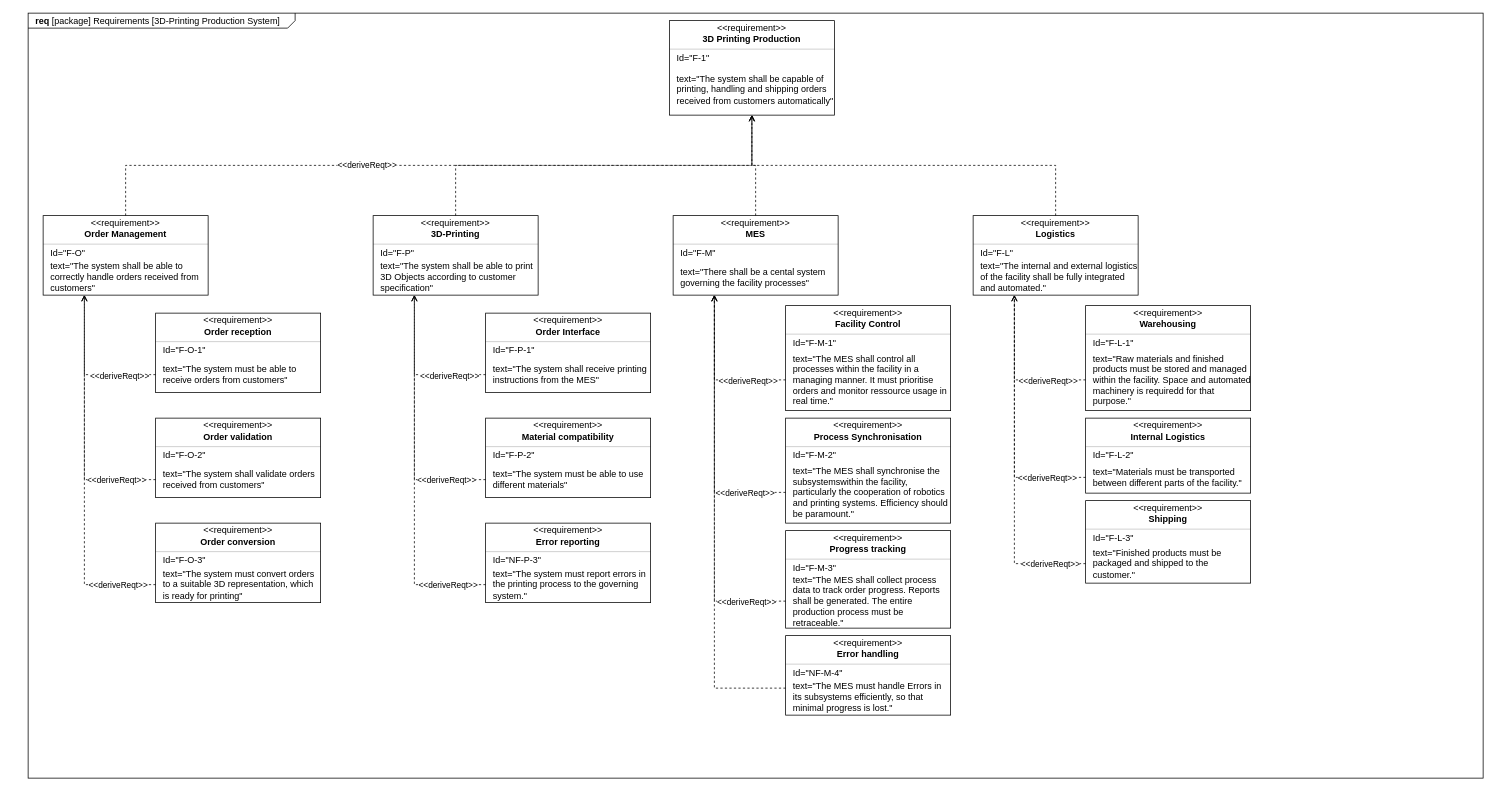
Above: diagrams/requirements_sysml.drawio in SystemEngineeringWS24-25/3d-printing-production-system (draw.io), before the change. Source tidied: cells renumbered, new cells numbered last; positions are measured from the earlier drawing's top-left corner, leaving out a move shared by most shapes. Both pictures are drawn from the tidied source at 75%, with x=0, y=0 at pixel (28, 13).
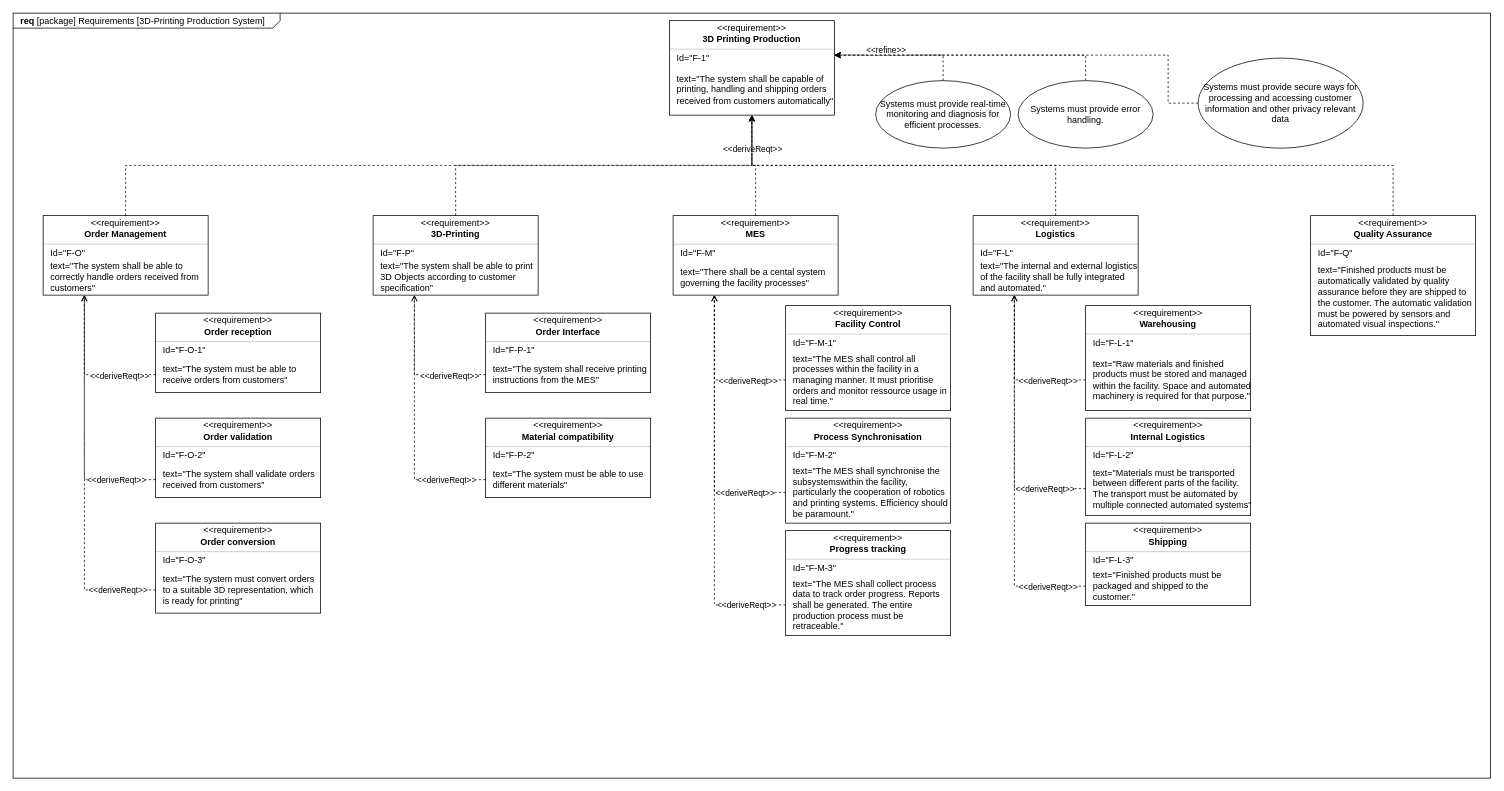
The same page after the edit.

Unchanged cells that the change refers to:
```xml
<mxCell id="7" value="Id=&quot;F-1&quot;" style="html=1;align=left;spacing=0;verticalAlign=middle;strokeColor=none;fillColor=none;whiteSpace=wrap;spacingLeft=10;" parent="3" vertex="1">
  <mxGeometry y="42" width="220" height="16" as="geometry" />
</mxCell>
<mxCell id="8" value="text=&quot;The system shall be capable of printing, handling and shipping orders received from customers automatically&quot;" style="html=1;align=left;spacing=0;verticalAlign=middle;strokeColor=none;fillColor=none;whiteSpace=wrap;spacingLeft=10;" parent="3" vertex="1">
  <mxGeometry y="58" width="220" height="68" as="geometry" />
</mxCell>
<mxCell id="15" style="edgeStyle=orthogonalEdgeStyle;rounded=0;jettySize=auto;html=1;exitX=0.5;exitY=0;exitDx=0;exitDy=0;entryX=0.5;entryY=1;entryDx=0;entryDy=0;dashed=1;endArrow=open;endFill=0;" parent="1" edge="1" source="10" target="8">
  <mxGeometry relative="1" as="geometry" />
</mxCell>
<mxCell id="46" value="text=&quot;The system shall be able to print 3D Objects according to customer specification&quot;" style="html=1;align=left;spacing=0;verticalAlign=middle;strokeColor=none;fillColor=none;whiteSpace=wrap;spacingLeft=10;" parent="41" vertex="1">
  <mxGeometry y="58" width="220" height="48" as="geometry" />
</mxCell>
<mxCell id="77" value="text=&quot;There shall be a cental system governing the facility processes&quot;" style="html=1;align=left;spacing=0;verticalAlign=middle;strokeColor=none;fillColor=none;whiteSpace=wrap;spacingLeft=10;" parent="72" vertex="1">
  <mxGeometry y="58" width="220" height="48" as="geometry" />
</mxCell>
<mxCell id="115" style="fontStyle=1;align=center;verticalAlign=middle;horizontal=1;" parent="1" vertex="1">
  <mxGeometry x="1410" y="390" width="220" height="140" as="geometry" />
</mxCell>
```

The edit, as a diff of the source:
```diff
@@
     <mxCell id="2" value="&lt;p style=&quot;margin:0px;margin-top:4px;margin-left:10px;text-align:left;&quot;&gt;&lt;b&gt;req&lt;/b&gt; [package] Requirements [3D-Printing Production System]&lt;br&gt;&lt;/p&gt;" style="html=1;shape=mxgraph.sysml.package;html=1;overflow=fill;whiteSpace=wrap;labelX=356;" parent="1" vertex="1">
-      <mxGeometry width="1940" height="1020" as="geometry" />
+      <mxGeometry x="-20" width="1970" height="1020" as="geometry" />
     </mxCell>
@@
     <mxCell id="16" value="&lt;div&gt;&amp;lt;&amp;lt;deriveReqt&amp;gt;&amp;gt;&lt;/div&gt;" style="edgeLabel;html=1;align=center;verticalAlign=middle;" parent="15" vertex="1">
-      <mxGeometry x="-0.2" y="1" relative="1" as="geometry" />
+      <mxGeometry x="-0.2" y="1" relative="1" as="geometry">
+        <mxPoint x="514" y="-22" as="offset" />
+      </mxGeometry>
     </mxCell>
@@
     <mxCell id="29" style="fontStyle=1;align=center;verticalAlign=middle;horizontal=1;" parent="1" vertex="1">
-      <mxGeometry x="170" y="680" width="220" height="106" as="geometry" />
+      <mxGeometry x="170" y="680" width="220" height="120" as="geometry" />
     </mxCell>
@@
     <mxCell id="34" value="text=&quot;The system must convert orders to a suitable 3D representation, which is ready for printing&quot;" style="html=1;align=left;spacing=0;verticalAlign=middle;strokeColor=none;fillColor=none;whiteSpace=wrap;spacingLeft=10;" parent="29" vertex="1">
-      <mxGeometry y="58" width="220" height="48" as="geometry" />
+      <mxGeometry y="58" width="220" height="62" as="geometry" />
     </mxCell>
@@
-    <mxCell id="59" style="fontStyle=1;align=center;verticalAlign=middle;horizontal=1;" parent="1" vertex="1">
-      <mxGeometry x="610" y="680" width="220" height="106" as="geometry" />
-    </mxCell>
-    <mxCell id="60" value="&amp;lt;&amp;lt;requirement&amp;gt;&amp;gt;" style="html=1;align=center;spacing=0;verticalAlign=middle;strokeColor=none;fillColor=none;whiteSpace=wrap;spacingTop=3;" parent="59" vertex="1">
-      <mxGeometry width="220" height="16" as="geometry" />
-    </mxCell>
-    <mxCell id="61" value="Error reporting" style="html=1;align=center;spacing=0;verticalAlign=middle;strokeColor=none;fillColor=none;whiteSpace=wrap;fontStyle=1;" parent="59" vertex="1">
-      <mxGeometry y="16" width="220" height="18" as="geometry" />
-    </mxCell>
-    <mxCell id="62" style="line;strokeWidth=0.25;fillColor=none;align=left;verticalAlign=middle;spacingTop=-1;spacingLeft=3;spacingRight=3;labelPosition=right;" parent="59" vertex="1">
-      <mxGeometry y="34" width="220" height="8" as="geometry" />
-    </mxCell>
-    <mxCell id="63" value="Id=&quot;NF-P-3&quot;" style="html=1;align=left;spacing=0;verticalAlign=middle;strokeColor=none;fillColor=none;whiteSpace=wrap;spacingLeft=10;" parent="59" vertex="1">
-      <mxGeometry y="42" width="220" height="16" as="geometry" />
-    </mxCell>
-    <mxCell id="64" value="text=&quot;The system must report errors in the printing process to the governing system.&quot;" style="html=1;align=left;spacing=0;verticalAlign=middle;strokeColor=none;fillColor=none;whiteSpace=wrap;spacingLeft=10;" parent="59" vertex="1">
-      <mxGeometry y="58" width="220" height="48" as="geometry" />
-    </mxCell>
@@
-    <mxCell id="69" style="edgeStyle=orthogonalEdgeStyle;rounded=0;jettySize=auto;html=1;exitX=0;exitY=0.5;exitDx=0;exitDy=0;entryX=0.25;entryY=1;entryDx=0;entryDy=0;dashed=1;endArrow=open;endFill=0;" parent="1" edge="1" source="64" target="46">
-      <mxGeometry relative="1" as="geometry" />
-    </mxCell>
-    <mxCell id="70" value="&amp;lt;&amp;lt;deriveReqt&amp;gt;&amp;gt;" style="edgeLabel;html=1;align=center;verticalAlign=middle;" parent="69" vertex="1">
-      <mxGeometry x="-0.79" relative="1" as="geometry" />
-    </mxCell>
@@
     <mxCell id="90" style="fontStyle=1;align=center;verticalAlign=middle;horizontal=1;" parent="1" vertex="1">
-      <mxGeometry x="1010" y="690" width="220" height="130" as="geometry" />
+      <mxGeometry x="1010" y="690" width="220" height="140" as="geometry" />
     </mxCell>
@@
     <mxCell id="95" value="text=&quot;The MES shall collect process data to track order progress. Reports shall be generated. The entire production process must be retraceable.&quot;" style="html=1;align=left;spacing=0;verticalAlign=middle;strokeColor=none;fillColor=none;whiteSpace=wrap;spacingLeft=10;" parent="90" vertex="1">
-      <mxGeometry y="58" width="220" height="72" as="geometry" />
+      <mxGeometry y="58" width="220" height="82" as="geometry" />
     </mxCell>
@@
     <mxCell id="109" style="fontStyle=1;align=center;verticalAlign=middle;horizontal=1;" parent="1" vertex="1">
-      <mxGeometry x="1410" y="540" width="220" height="100" as="geometry" />
+      <mxGeometry x="1410" y="540" width="220" height="130" as="geometry" />
     </mxCell>
@@
-    <mxCell id="114" value="text=&quot;Materials must be transported between different parts of the facility.&quot;" style="html=1;align=left;spacing=0;verticalAlign=middle;strokeColor=none;fillColor=none;whiteSpace=wrap;spacingLeft=10;" parent="109" vertex="1">
-      <mxGeometry y="58" width="220" height="42" as="geometry" />
+    <mxCell id="114" value="text=&quot;Materials must be transported between different parts of the facility. The transport must be automated by multiple connected automated systems&quot;" style="html=1;align=left;spacing=0;verticalAlign=middle;strokeColor=none;fillColor=none;whiteSpace=wrap;spacingLeft=10;" parent="109" vertex="1">
+      <mxGeometry y="58" width="220" height="72" as="geometry" />
     </mxCell>
@@
-    <mxCell id="120" value="text=&quot;Raw materials and finished products must be stored and managed within the facility. Space and automated machinery is requiredd for that purpose.&quot;" style="html=1;align=left;spacing=0;verticalAlign=middle;strokeColor=none;fillColor=none;whiteSpace=wrap;spacingLeft=10;" parent="115" vertex="1">
+    <mxCell id="120" value="text=&quot;Raw materials and finished products must be stored and managed within the facility. Space and automated machinery is required for that purpose.&quot;" style="html=1;align=left;spacing=0;verticalAlign=middle;strokeColor=none;fillColor=none;whiteSpace=wrap;spacingLeft=10;" parent="115" vertex="1">
       <mxGeometry y="58" width="220" height="82" as="geometry" />
     </mxCell>
     <mxCell id="121" style="fontStyle=1;align=center;verticalAlign=middle;horizontal=1;" parent="1" vertex="1">
-      <mxGeometry x="1410" y="650" width="220" height="110" as="geometry" />
+      <mxGeometry x="1410" y="680" width="220" height="110" as="geometry" />
     </mxCell>
@@
-    <mxCell id="134" style="fontStyle=1;align=center;verticalAlign=middle;horizontal=1;" parent="1" vertex="1">
-      <mxGeometry x="1010" y="830" width="220" height="106" as="geometry" />
-    </mxCell>
-    <mxCell id="135" value="&amp;lt;&amp;lt;requirement&amp;gt;&amp;gt;" style="html=1;align=center;spacing=0;verticalAlign=middle;strokeColor=none;fillColor=none;whiteSpace=wrap;spacingTop=3;" parent="134" vertex="1">
-      <mxGeometry width="220" height="16" as="geometry" />
-    </mxCell>
-    <mxCell id="136" value="Error handling" style="html=1;align=center;spacing=0;verticalAlign=middle;strokeColor=none;fillColor=none;whiteSpace=wrap;fontStyle=1;" parent="134" vertex="1">
-      <mxGeometry y="16" width="220" height="18" as="geometry" />
-    </mxCell>
-    <mxCell id="137" style="line;strokeWidth=0.25;fillColor=none;align=left;verticalAlign=middle;spacingTop=-1;spacingLeft=3;spacingRight=3;labelPosition=right;" parent="134" vertex="1">
-      <mxGeometry y="34" width="220" height="8" as="geometry" />
-    </mxCell>
-    <mxCell id="138" value="Id=&quot;NF-M-4&quot;" style="html=1;align=left;spacing=0;verticalAlign=middle;strokeColor=none;fillColor=none;whiteSpace=wrap;spacingLeft=10;" parent="134" vertex="1">
-      <mxGeometry y="42" width="220" height="16" as="geometry" />
-    </mxCell>
-    <mxCell id="139" value="text=&quot;The MES must handle Errors in its subsystems efficiently, so that minimal progress is lost.&quot;" style="html=1;align=left;spacing=0;verticalAlign=middle;strokeColor=none;fillColor=none;whiteSpace=wrap;spacingLeft=10;" parent="134" vertex="1">
-      <mxGeometry y="58" width="220" height="48" as="geometry" />
-    </mxCell>
-    <mxCell id="140" style="edgeStyle=orthogonalEdgeStyle;rounded=0;jettySize=auto;html=1;exitX=0;exitY=0.25;exitDx=0;exitDy=0;entryX=0.25;entryY=1;entryDx=0;entryDy=0;dashed=1;endArrow=open;endFill=0;" parent="1" edge="1" source="139" target="77">
-      <mxGeometry relative="1" as="geometry" />
-    </mxCell>
+    <mxCell id="141" style="fontStyle=1;align=center;verticalAlign=middle;horizontal=1;" parent="1" vertex="1">
+      <mxGeometry x="1710" y="270" width="220" height="160" as="geometry" />
+    </mxCell>
+    <mxCell id="142" value="&amp;lt;&amp;lt;requirement&amp;gt;&amp;gt;" style="html=1;align=center;spacing=0;verticalAlign=middle;strokeColor=none;fillColor=none;whiteSpace=wrap;spacingTop=3;" parent="141" vertex="1">
+      <mxGeometry width="220" height="16" as="geometry" />
+    </mxCell>
+    <mxCell id="143" value="Quality Assurance" style="html=1;align=center;spacing=0;verticalAlign=middle;strokeColor=none;fillColor=none;whiteSpace=wrap;fontStyle=1;" parent="141" vertex="1">
+      <mxGeometry y="16" width="220" height="18" as="geometry" />
+    </mxCell>
+    <mxCell id="144" style="line;strokeWidth=0.25;fillColor=none;align=left;verticalAlign=middle;spacingTop=-1;spacingLeft=3;spacingRight=3;labelPosition=right;" parent="141" vertex="1">
+      <mxGeometry y="34" width="220" height="8" as="geometry" />
+    </mxCell>
+    <mxCell id="145" value="Id=&quot;F-Q&quot;" style="html=1;align=left;spacing=0;verticalAlign=middle;strokeColor=none;fillColor=none;whiteSpace=wrap;spacingLeft=10;" parent="141" vertex="1">
+      <mxGeometry y="42" width="220" height="16" as="geometry" />
+    </mxCell>
+    <mxCell id="146" value="text=&quot;Finished products must be automatically validated by quality assurance before they are shipped to the customer. The automatic validation must be powered by sensors and automated visual inspections.&quot;" style="html=1;align=left;spacing=0;verticalAlign=middle;strokeColor=none;fillColor=none;whiteSpace=wrap;spacingLeft=10;" parent="141" vertex="1">
+      <mxGeometry y="58" width="220" height="102" as="geometry" />
+    </mxCell>
+    <mxCell id="147" style="edgeStyle=orthogonalEdgeStyle;rounded=0;jettySize=auto;html=1;exitX=0.5;exitY=0;exitDx=0;exitDy=0;entryX=0.5;entryY=1;entryDx=0;entryDy=0;dashed=1;" parent="1" edge="1" source="142" target="8">
+      <mxGeometry relative="1" as="geometry" />
+    </mxCell>
+    <mxCell id="148" style="edgeStyle=orthogonalEdgeStyle;rounded=0;jettySize=auto;html=1;exitX=0.5;exitY=0;exitDx=0;exitDy=0;entryX=1;entryY=0.25;entryDx=0;entryDy=0;dashed=1;" parent="1" edge="1" source="150" target="7">
+      <mxGeometry relative="1" as="geometry" />
+    </mxCell>
+    <mxCell id="149" value="&amp;lt;&amp;lt;refine&amp;gt;&amp;gt;" style="edgeLabel;html=1;align=center;verticalAlign=middle;" parent="148" vertex="1">
+      <mxGeometry x="0.24" relative="1" as="geometry">
+        <mxPoint y="-8" as="offset" />
+      </mxGeometry>
+    </mxCell>
+    <mxCell id="150" value="Systems must provide real-time monitoring and diagnosis for efficient processes." style="ellipse;whiteSpace=wrap;html=1;" parent="1" vertex="1">
+      <mxGeometry x="1130" y="90" width="180" height="90" as="geometry" />
+    </mxCell>
+    <mxCell id="151" style="edgeStyle=orthogonalEdgeStyle;rounded=0;jettySize=auto;html=1;exitX=0.5;exitY=0;exitDx=0;exitDy=0;entryX=1;entryY=0.25;entryDx=0;entryDy=0;dashed=1;" parent="1" edge="1" source="152" target="7">
+      <mxGeometry relative="1" as="geometry">
+        <Array as="points">
+          <mxPoint x="1410" y="56" />
+        </Array>
+      </mxGeometry>
+    </mxCell>
+    <mxCell id="152" value="Systems must provide error handling." style="ellipse;whiteSpace=wrap;html=1;" parent="1" vertex="1">
+      <mxGeometry x="1320" y="90" width="180" height="90" as="geometry" />
+    </mxCell>
+    <mxCell id="153" style="edgeStyle=orthogonalEdgeStyle;rounded=0;jettySize=auto;html=1;exitX=0;exitY=0.5;exitDx=0;exitDy=0;entryX=1;entryY=0.25;entryDx=0;entryDy=0;dashed=1;" parent="1" edge="1" source="154" target="7">
+      <mxGeometry relative="1" as="geometry">
+        <Array as="points">
+          <mxPoint x="1520" y="120" />
+          <mxPoint x="1520" y="56" />
+        </Array>
+      </mxGeometry>
+    </mxCell>
+    <mxCell id="154" value="Systems must provide secure ways for processing and accessing customer information and other privacy relevant data" style="ellipse;whiteSpace=wrap;html=1;" parent="1" vertex="1">
+      <mxGeometry x="1560" y="60" width="220" height="120" as="geometry" />
+    </mxCell>
```
